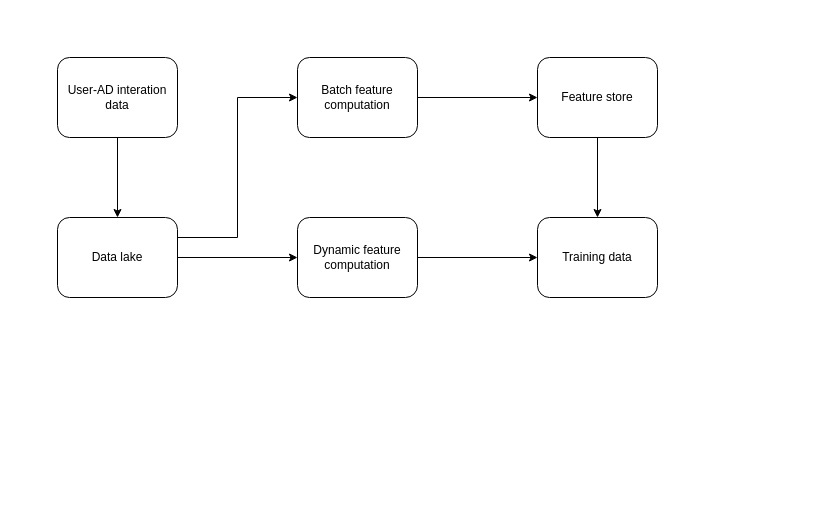
riehseun/riehseun.github.io keeps this draw.io diagram as machine-learning/image/machine-learning-system-design-0/instagram-1.drawio. Above is the earlier version. Source tidied: cells renumbered, new cells numbered last; positions are measured from the earlier drawing's top-left corner, leaving out a move shared by most shapes. Both pictures are drawn from the tidied source at 100%, with x=0, y=0 at pixel (57, 57).
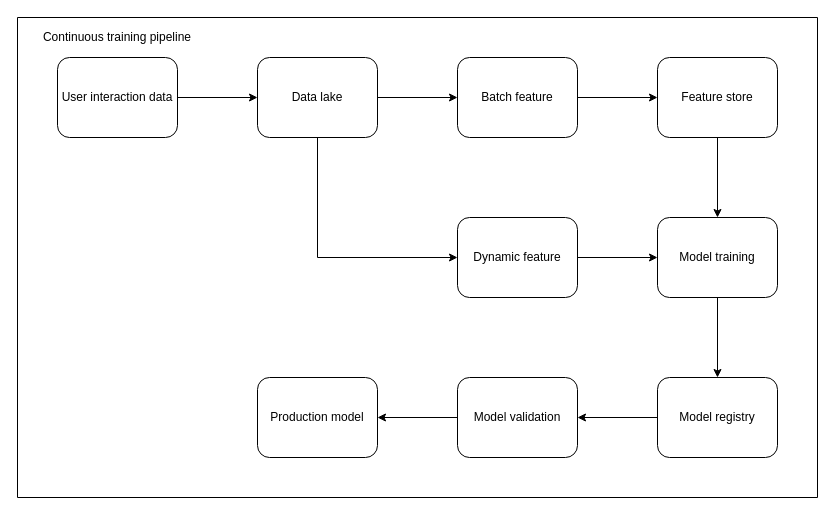
The same page after the edit.

The edit, as a diff of the source:
```diff
@@
-    <mxCell id="2" style="edgeStyle=orthogonalEdgeStyle;rounded=0;jettySize=auto;html=1;exitX=0.5;exitY=1;exitDx=0;exitDy=0;entryX=0.5;entryY=0;entryDx=0;entryDy=0;" parent="1" edge="1" source="3" target="6">
+    <mxCell id="2" style="edgeStyle=orthogonalEdgeStyle;rounded=0;jettySize=auto;html=1;exitX=1;exitY=0.5;exitDx=0;exitDy=0;entryX=0;entryY=0.5;entryDx=0;entryDy=0;" parent="1" edge="1" source="3" target="6">
       <mxGeometry relative="1" as="geometry" />
     </mxCell>
-    <mxCell id="3" value="User-AD interation data" style="rounded=1;whiteSpace=wrap;html=1;" parent="1" vertex="1">
+    <mxCell id="3" value="User interaction data" style="rounded=1;whiteSpace=wrap;html=1;" parent="1" vertex="1">
       <mxGeometry width="120" height="80" as="geometry" />
     </mxCell>
-    <mxCell id="4" style="edgeStyle=orthogonalEdgeStyle;rounded=0;jettySize=auto;html=1;exitX=1;exitY=0.25;exitDx=0;exitDy=0;entryX=0;entryY=0.5;entryDx=0;entryDy=0;" parent="1" edge="1" source="6" target="8">
+    <mxCell id="4" style="edgeStyle=orthogonalEdgeStyle;rounded=0;jettySize=auto;html=1;exitX=1;exitY=0.5;exitDx=0;exitDy=0;entryX=0;entryY=0.5;entryDx=0;entryDy=0;" parent="1" edge="1" source="6" target="8">
       <mxGeometry relative="1" as="geometry" />
     </mxCell>
-    <mxCell id="5" style="edgeStyle=orthogonalEdgeStyle;rounded=0;jettySize=auto;html=1;exitX=1;exitY=0.5;exitDx=0;exitDy=0;entryX=0;entryY=0.5;entryDx=0;entryDy=0;" parent="1" edge="1" source="6" target="10">
+    <mxCell id="5" style="edgeStyle=orthogonalEdgeStyle;rounded=0;jettySize=auto;html=1;exitX=0.5;exitY=1;exitDx=0;exitDy=0;entryX=0;entryY=0.5;entryDx=0;entryDy=0;" parent="1" edge="1" source="6" target="10">
       <mxGeometry relative="1" as="geometry" />
     </mxCell>
     <mxCell id="6" value="Data lake" style="rounded=1;whiteSpace=wrap;html=1;" parent="1" vertex="1">
-      <mxGeometry y="160" width="120" height="80" as="geometry" />
+      <mxGeometry x="200" width="120" height="80" as="geometry" />
     </mxCell>
@@
-    <mxCell id="8" value="Batch feature computation" style="rounded=1;whiteSpace=wrap;html=1;" parent="1" vertex="1">
-      <mxGeometry x="240" width="120" height="80" as="geometry" />
+    <mxCell id="8" value="Batch feature" style="rounded=1;whiteSpace=wrap;html=1;" parent="1" vertex="1">
+      <mxGeometry x="400" width="120" height="80" as="geometry" />
     </mxCell>
@@
-    <mxCell id="10" value="Dynamic feature computation" style="rounded=1;whiteSpace=wrap;html=1;" parent="1" vertex="1">
-      <mxGeometry x="240" y="160" width="120" height="80" as="geometry" />
+    <mxCell id="10" value="Dynamic feature" style="rounded=1;whiteSpace=wrap;html=1;" parent="1" vertex="1">
+      <mxGeometry x="400" y="160" width="120" height="80" as="geometry" />
     </mxCell>
@@
     <mxCell id="12" value="Feature store" style="rounded=1;whiteSpace=wrap;html=1;" parent="1" vertex="1">
-      <mxGeometry x="480" width="120" height="80" as="geometry" />
+      <mxGeometry x="600" width="120" height="80" as="geometry" />
     </mxCell>
+    <mxCell id="14" style="edgeStyle=orthogonalEdgeStyle;rounded=0;jettySize=auto;html=1;exitX=0.5;exitY=1;exitDx=0;exitDy=0;entryX=0.5;entryY=0;entryDx=0;entryDy=0;" parent="1" edge="1" source="13" target="18">
+      <mxGeometry relative="1" as="geometry" />
+    </mxCell>
-    <mxCell id="13" value="Training data" style="rounded=1;whiteSpace=wrap;html=1;" parent="1" vertex="1">
-      <mxGeometry x="480" y="160" width="120" height="80" as="geometry" />
+    <mxCell id="13" value="Model training" style="rounded=1;whiteSpace=wrap;html=1;" parent="1" vertex="1">
+      <mxGeometry x="600" y="160" width="120" height="80" as="geometry" />
     </mxCell>
+    <mxCell id="15" style="edgeStyle=orthogonalEdgeStyle;rounded=0;jettySize=auto;html=1;exitX=0;exitY=0.5;exitDx=0;exitDy=0;entryX=1;entryY=0.5;entryDx=0;entryDy=0;" parent="1" edge="1" source="16" target="19">
+      <mxGeometry relative="1" as="geometry" />
+    </mxCell>
+    <mxCell id="16" value="Model validation" style="rounded=1;whiteSpace=wrap;html=1;" parent="1" vertex="1">
+      <mxGeometry x="400" y="320" width="120" height="80" as="geometry" />
+    </mxCell>
+    <mxCell id="17" style="edgeStyle=orthogonalEdgeStyle;rounded=0;jettySize=auto;html=1;exitX=0;exitY=0.5;exitDx=0;exitDy=0;entryX=1;entryY=0.5;entryDx=0;entryDy=0;" parent="1" edge="1" source="18" target="16">
+      <mxGeometry relative="1" as="geometry" />
+    </mxCell>
+    <mxCell id="18" value="Model registry" style="rounded=1;whiteSpace=wrap;html=1;" parent="1" vertex="1">
+      <mxGeometry x="600" y="320" width="120" height="80" as="geometry" />
+    </mxCell>
+    <mxCell id="19" value="Production model" style="rounded=1;whiteSpace=wrap;html=1;" parent="1" vertex="1">
+      <mxGeometry x="200" y="320" width="120" height="80" as="geometry" />
+    </mxCell>
+    <mxCell id="20" style="swimlane;startSize=0;" parent="1" vertex="1">
+      <mxGeometry x="-40" y="-40" width="800" height="480" as="geometry" />
+    </mxCell>
+    <mxCell id="21" value="Continuous training pipeline" style="text;html=1;align=center;verticalAlign=middle;whiteSpace=wrap;rounded=0;" parent="20" vertex="1">
+      <mxGeometry width="200" height="40" as="geometry" />
+    </mxCell>
```
